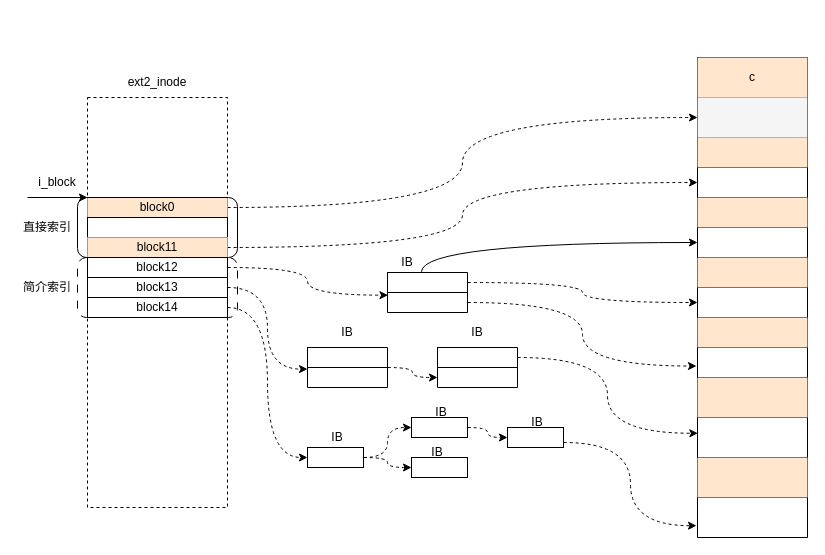
Earlier version of the draw.io diagram ext2索引结构.drawio (ZLey373/ImagesXMind). Source tidied: cells renumbered, new cells numbered last; positions are measured from the earlier drawing's top-left corner, leaving out a move shared by most shapes. Both pictures are drawn from the tidied source at 100%, with x=0, y=0 at pixel (17, 57).
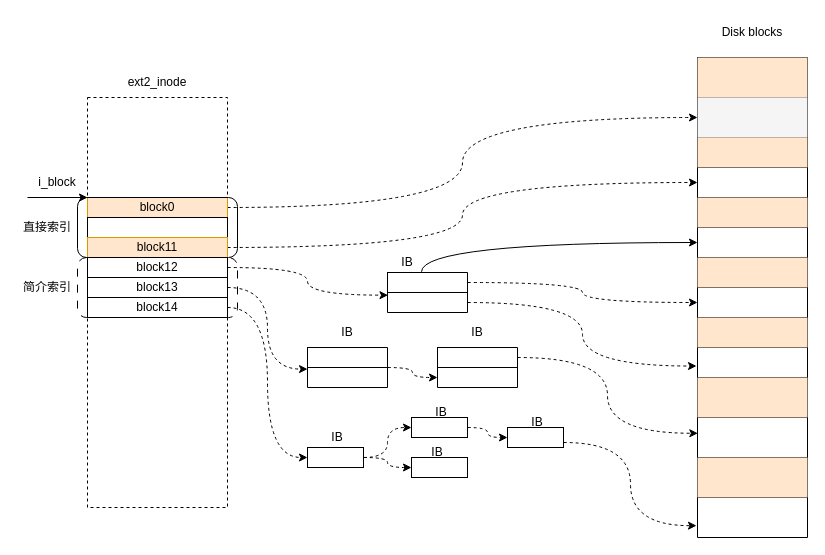
After the change.

Commit message:
更新ext2索引结构.drawio

The change refers to these unchanged cells:
```xml
<mxCell id="22" style="shape=tableRow;horizontal=0;startSize=0;swimlaneHead=0;swimlaneBody=0;strokeColor=inherit;top=0;left=0;bottom=0;right=0;fillColor=none;" parent="21" vertex="1">
  <mxGeometry width="110" height="40" as="geometry" />
</mxCell>
```

Change to the diagram source:
```diff
@@
-    <mxCell id="23" value="c" style="shape=partialRectangle;html=1;whiteSpace=wrap;strokeColor=#d79b00;overflow=hidden;fillColor=#ffe6cc;top=0;left=0;bottom=0;right=0;" parent="22" vertex="1">
+    <mxCell id="23" style="shape=partialRectangle;html=1;whiteSpace=wrap;strokeColor=#d79b00;overflow=hidden;fillColor=#ffe6cc;top=0;left=0;bottom=0;right=0;" parent="22" vertex="1">
       <mxGeometry width="110" height="40" as="geometry" />
     </mxCell>
@@
+    <mxCell id="85" value="Disk blocks" style="text;strokeColor=none;align=center;fillColor=none;html=1;verticalAlign=middle;whiteSpace=wrap;rounded=0;" parent="1" vertex="1">
+      <mxGeometry x="695" y="-40" width="80" height="30" as="geometry" />
+    </mxCell>
```
